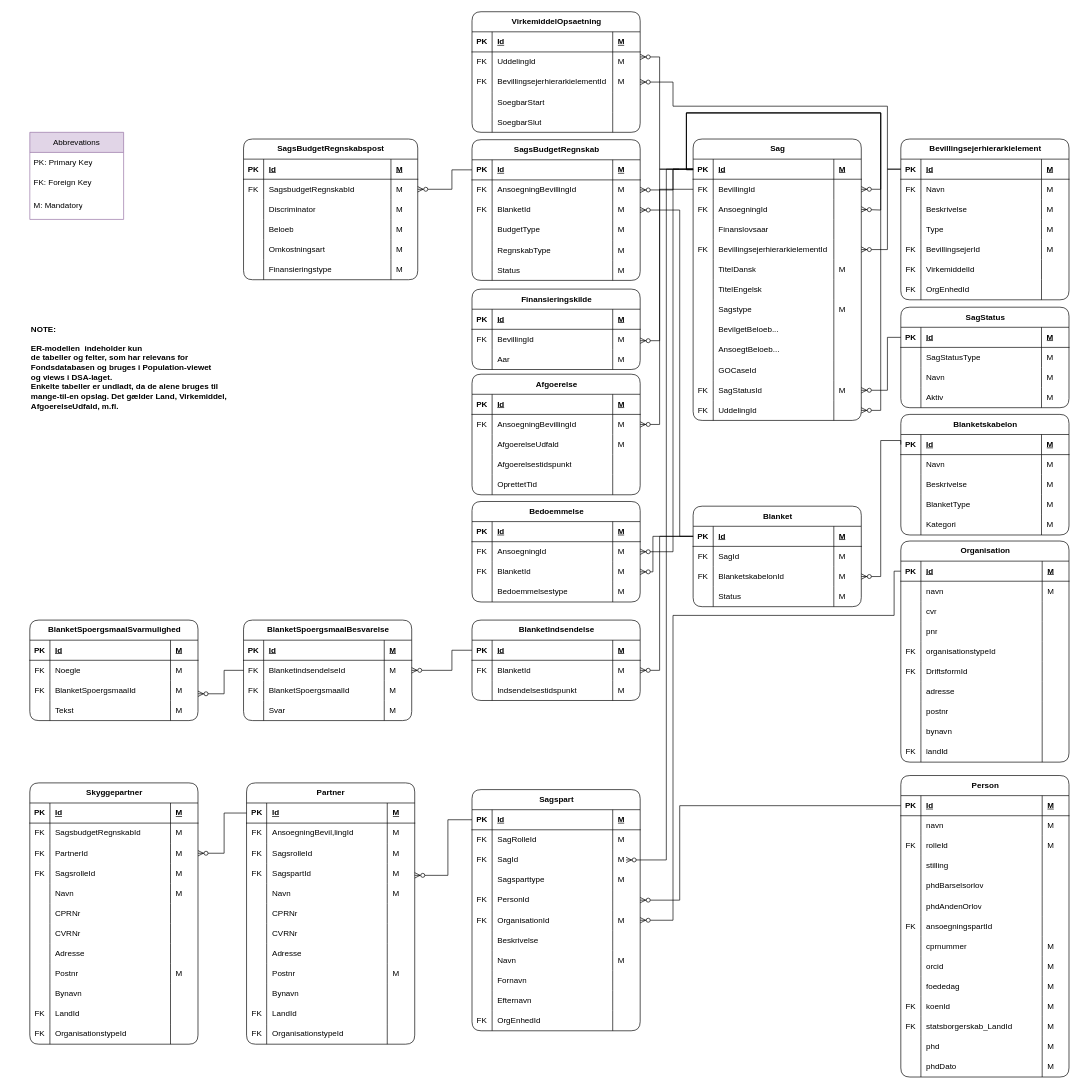
Earlier version of the draw.io diagram page "Original Egrant" (4 of 4) of Grants model.drawio (thomas-lange-dk/Grants). Source tidied: cells renumbered, new cells numbered last; positions are measured from the earlier drawing's top-left corner, leaving out a move shared by most shapes. Both pictures are drawn from the tidied source at 67%, with x=0, y=0 at pixel (29, 11).
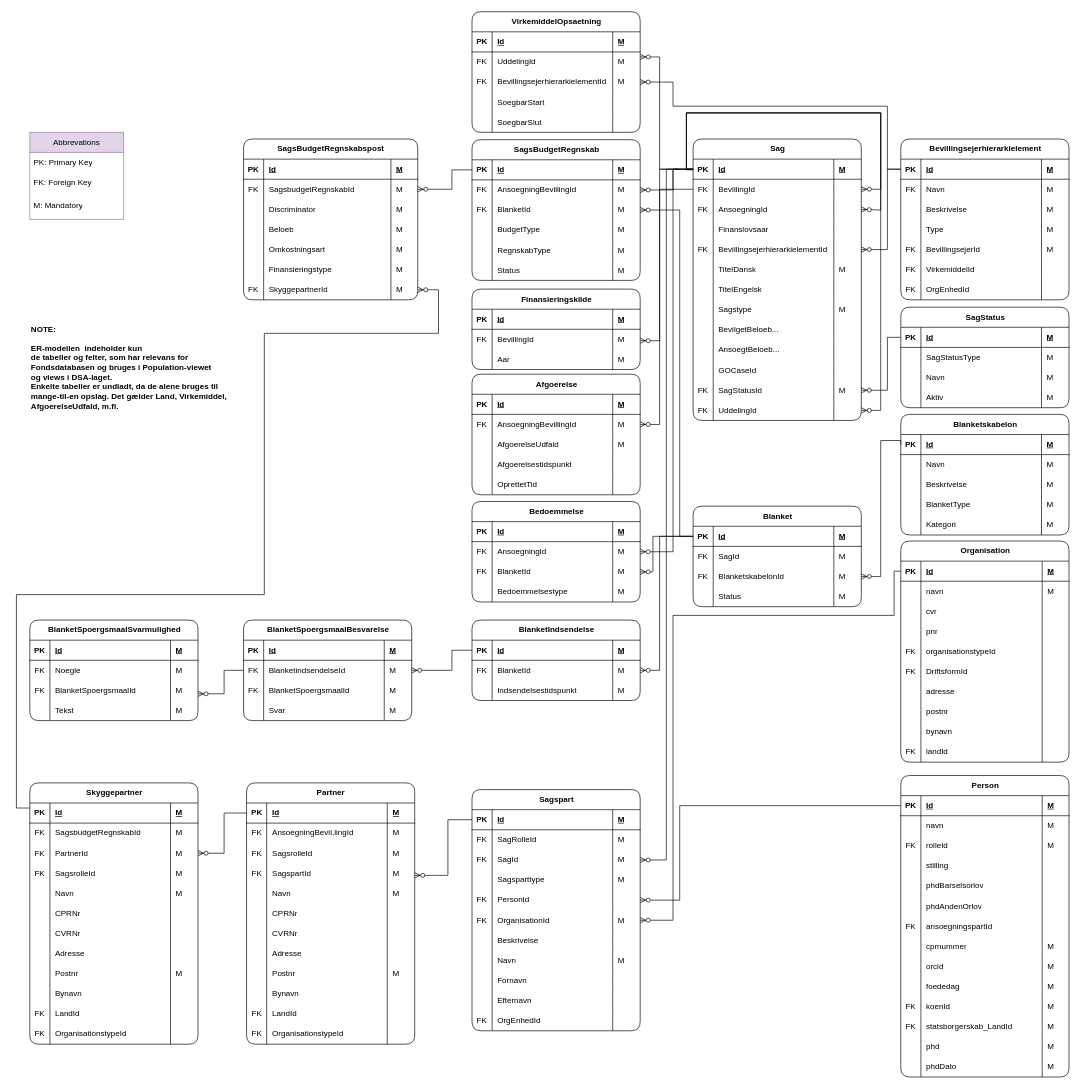
After the change.

Unchanged cells that the change refers to:
```xml
<mxCell id="417" value="M" style="shape=partialRectangle;fillColor=none;top=0;left=0;bottom=0;right=0;align=left;spacingLeft=6;overflow=hidden;whiteSpace=wrap;html=1;shadow=0;" parent="414" vertex="1">
  <mxGeometry x="210" width="41" height="30" as="geometry" />
</mxCell>
<mxCell id="505" value="PK" style="shape=partialRectangle;fillColor=none;top=0;left=0;bottom=0;right=0;fontStyle=1;overflow=hidden;whiteSpace=wrap;html=1;shadow=0;" parent="504" vertex="1">
  <mxGeometry width="30" height="30" as="geometry" />
</mxCell>
```

Diff of the diagram source:
```diff
@@
     <mxCell id="129" value="SagsBudgetRegnskabspost" style="shape=table;startSize=30;childLayout=tableLayout;rowLines=0;fontStyle=1;align=center;html=1;shadow=0;rounded=1;" parent="1" vertex="1">
-      <mxGeometry x="319" y="190" width="260" height="210" as="geometry" />
+      <mxGeometry x="319" y="190" width="260" height="240" as="geometry" />
     </mxCell>
@@
+    <mxCell id="577" style="shape=tableRow;horizontal=0;startSize=0;swimlaneHead=0;swimlaneBody=0;fillColor=none;top=0;left=0;right=0;bottom=0;shadow=0;" parent="129" vertex="1">
+      <mxGeometry y="210" width="260" height="30" as="geometry" />
+    </mxCell>
+    <mxCell id="578" value="FK" style="shape=partialRectangle;fillColor=none;top=0;left=0;bottom=0;right=0;overflow=hidden;whiteSpace=wrap;html=1;shadow=0;" parent="577" vertex="1">
+      <mxGeometry width="30" height="30" as="geometry" />
+    </mxCell>
+    <mxCell id="579" value="SkyggepartnerId" style="shape=partialRectangle;fillColor=none;top=0;left=0;bottom=0;right=0;align=left;spacingLeft=6;overflow=hidden;whiteSpace=wrap;html=1;shadow=0;" parent="577" vertex="1">
+      <mxGeometry x="30" width="190" height="30" as="geometry" />
+    </mxCell>
+    <mxCell id="580" value="M" style="shape=partialRectangle;fillColor=none;top=0;left=0;bottom=0;right=0;align=left;spacingLeft=6;overflow=hidden;whiteSpace=wrap;html=1;shadow=0;" parent="577" vertex="1">
+      <mxGeometry x="220" width="40" height="30" as="geometry" />
+    </mxCell>
@@
-    <mxCell id="450" style="fontSize=12;html=1;endArrow=ERzeroToMany;endFill=1;rounded=0;shadow=0;edgeStyle=orthogonalEdgeStyle;exitX=0;exitY=0.5;exitDx=0;exitDy=0;entryX=1;entryY=0.5;entryDx=0;entryDy=0;" parent="1" edge="1">
+    <mxCell id="450" style="fontSize=12;html=1;endArrow=ERzeroToMany;endFill=1;rounded=0;shadow=0;edgeStyle=orthogonalEdgeStyle;exitX=0;exitY=0.5;exitDx=0;exitDy=0;entryX=1;entryY=0.5;entryDx=0;entryDy=0;" parent="1" edge="1" target="417">
       <mxGeometry relative="1" as="geometry">
         <mxPoint x="969" y="235" as="sourcePoint" />
-        <mxPoint x="890" y="1266" as="targetPoint" />
         <Array as="points">
           <mxPoint x="950" y="235" />
           <mxPoint x="950" y="1266" />
         </Array>
       </mxGeometry>
     </mxCell>
@@
+    <mxCell id="581" style="fontSize=12;html=1;endArrow=ERzeroToMany;endFill=1;rounded=0;shadow=0;edgeStyle=orthogonalEdgeStyle;entryX=1;entryY=0.5;entryDx=0;entryDy=0;exitX=0;exitY=0.25;exitDx=0;exitDy=0;" parent="1" edge="1" source="505" target="580">
+      <mxGeometry relative="1" as="geometry">
+        <Array as="points">
+          <mxPoint x="-20" y="1188" />
+          <mxPoint x="-20" y="870" />
+          <mxPoint x="350" y="870" />
+          <mxPoint x="350" y="480" />
+          <mxPoint x="610" y="480" />
+          <mxPoint x="610" y="415" />
+        </Array>
+      </mxGeometry>
+    </mxCell>
```
